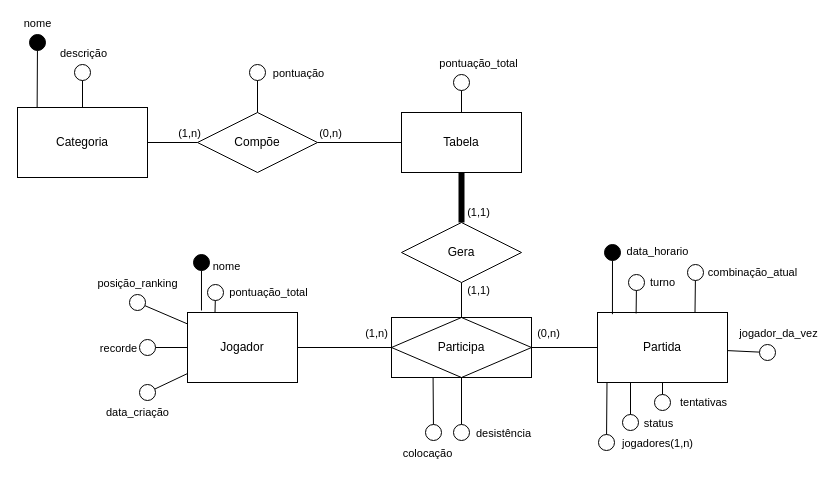
daanielmenezes/Yahtzee keeps this draw.io diagram as diagramas/diagrama_logico_v1.drawio. Above is the earlier version. Source tidied: cells renumbered, new cells numbered last; positions are measured from the earlier drawing's top-left corner, leaving out a move shared by most shapes. Both pictures are drawn from the tidied source at 100%, with x=0, y=0 at pixel (17, 42).
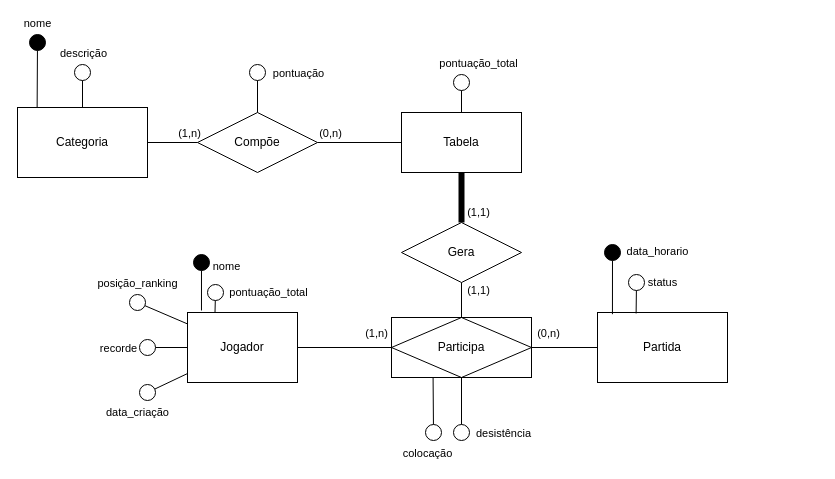
After the change.

Commit message (it also covers changes not shown here):
correção diagrama logico bd

The change refers to these unchanged cells:
```xml
<mxCell id="3" value="Partida" style="rounded=0;whiteSpace=wrap;html=1;" parent="1" vertex="1">
  <mxGeometry x="580" y="270" width="130" height="70" as="geometry" />
</mxCell>
<mxCell id="39" style="endArrow=none;html=1;rounded=0;shadow=0;strokeColor=#000000;strokeWidth=1;startArrow=oval;startFill=0;sourcePerimeterSpacing=0;startSize=16;entryX=0.297;entryY=0.014;entryDx=0;entryDy=0;entryPerimeter=0;" parent="1" edge="1" target="3">
  <mxGeometry relative="1" as="geometry">
    <mxPoint x="619" y="240" as="sourcePoint" />
  </mxGeometry>
</mxCell>
```

Change to the diagram source:
```diff
@@
-    <mxCell id="37" style="endArrow=none;html=1;rounded=0;shadow=0;strokeColor=#000000;strokeWidth=1;startArrow=oval;startFill=0;sourcePerimeterSpacing=0;startSize=16;entryX=0.75;entryY=0;entryDx=0;entryDy=0;" parent="1" edge="1" target="3">
-      <mxGeometry relative="1" as="geometry">
-        <mxPoint x="678" y="230" as="sourcePoint" />
-      </mxGeometry>
-    </mxCell>
-    <mxCell id="38" value="combinação_atual" style="edgeLabel;html=1;align=center;verticalAlign=middle;" parent="37" vertex="1">
-      <mxGeometry x="-1" y="5" relative="1" as="geometry">
-        <mxPoint x="52" y="-0.1" as="offset" />
-      </mxGeometry>
-    </mxCell>
@@
-    <mxCell id="40" value="turno" style="edgeLabel;html=1;align=center;verticalAlign=middle;" parent="39" vertex="1">
+    <mxCell id="40" value="status" style="edgeLabel;html=1;align=center;verticalAlign=middle;" parent="39" vertex="1">
       <mxGeometry x="-1" y="5" relative="1" as="geometry">
         <mxPoint x="21" y="-0.1" as="offset" />
       </mxGeometry>
     </mxCell>
-    <mxCell id="41" style="endArrow=none;html=1;rounded=0;shadow=0;strokeColor=#000000;strokeWidth=1;startArrow=oval;startFill=0;sourcePerimeterSpacing=0;startSize=16;entryX=0.073;entryY=1.007;entryDx=0;entryDy=0;entryPerimeter=0;" parent="1" edge="1" target="3">
-      <mxGeometry relative="1" as="geometry">
-        <mxPoint x="589" y="400" as="sourcePoint" />
-      </mxGeometry>
-    </mxCell>
-    <mxCell id="42" value="jogadores(1,n)" style="edgeLabel;html=1;align=center;verticalAlign=middle;" parent="41" vertex="1">
-      <mxGeometry x="-0.72" y="-1" relative="1" as="geometry">
-        <mxPoint x="49.9" y="8.6" as="offset" />
-      </mxGeometry>
-    </mxCell>
-    <mxCell id="43" style="endArrow=none;html=1;rounded=0;shadow=0;strokeColor=#000000;strokeWidth=1;startArrow=oval;startFill=0;sourcePerimeterSpacing=0;startSize=16;" parent="1" edge="1">
-      <mxGeometry relative="1" as="geometry">
-        <mxPoint x="613" y="380" as="sourcePoint" />
-        <mxPoint x="613" y="340" as="targetPoint" />
-      </mxGeometry>
-    </mxCell>
-    <mxCell id="44" value="status" style="edgeLabel;html=1;align=center;verticalAlign=middle;" parent="43" vertex="1">
-      <mxGeometry x="-0.45" relative="1" as="geometry">
-        <mxPoint x="27" y="11" as="offset" />
-      </mxGeometry>
-    </mxCell>
-    <mxCell id="45" style="endArrow=none;html=1;rounded=0;shadow=0;strokeColor=#000000;strokeWidth=1;startArrow=oval;startFill=0;sourcePerimeterSpacing=0;startSize=16;entryX=0.5;entryY=1;entryDx=0;entryDy=0;" parent="1" edge="1" target="3">
-      <mxGeometry relative="1" as="geometry">
-        <mxPoint x="645" y="360" as="sourcePoint" />
-      </mxGeometry>
-    </mxCell>
-    <mxCell id="46" value="tentativas" style="edgeLabel;html=1;align=center;verticalAlign=middle;" parent="45" vertex="1">
-      <mxGeometry x="-0.88" y="-1" relative="1" as="geometry">
-        <mxPoint x="39" as="offset" />
-      </mxGeometry>
-    </mxCell>
-    <mxCell id="47" style="endArrow=none;html=1;rounded=0;shadow=0;strokeColor=#000000;strokeWidth=1;startArrow=oval;startFill=0;sourcePerimeterSpacing=0;startSize=16;" parent="1" edge="1" target="3">
-      <mxGeometry relative="1" as="geometry">
-        <mxPoint x="750" y="310" as="sourcePoint" />
-      </mxGeometry>
-    </mxCell>
-    <mxCell id="48" value="jogador_da_vez" style="edgeLabel;html=1;align=center;verticalAlign=middle;" parent="47" vertex="1">
-      <mxGeometry x="-0.94" y="-6" relative="1" as="geometry">
-        <mxPoint x="10.8" y="-13.9" as="offset" />
-      </mxGeometry>
-    </mxCell>
```
